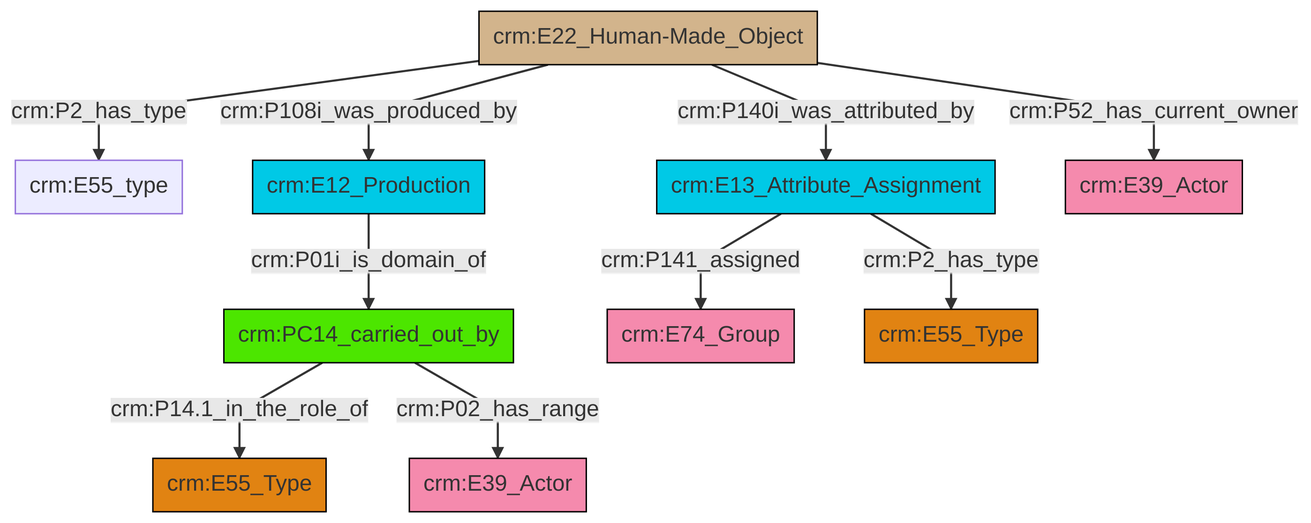
Before: et/builtWorkCSV/ttl/mmd/png/Built_Work_actor_relations.png, a diagram exported from Mermaid (swiss-art-research-net/docs.swissartresearch). Its source is kept beside it as et/builtWorkCSV/ttl/mmd/Built_Work_actor_relations.ttl.mmd.
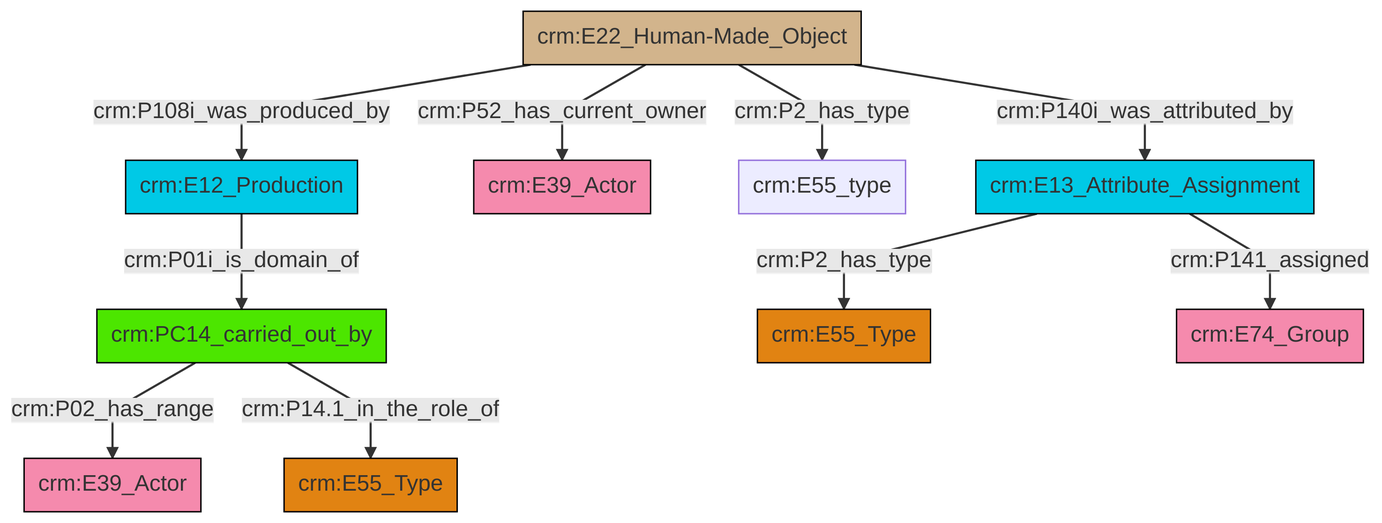
Above is the later version.

What changed in the source:
```diff
@@ -13,12 +13,12 @@
 classDef PC_Classes fill:#4ce600, stroke:#000000;
 classDef Multi fill:#cccccc,stroke:#000000;
 
-4["crm:PC14_carried_out_by"]:::PC_Classes -->|crm:P14.1_in_the_role_of| 5["crm:E55_Type"]:::Type
-6["crm:E22_Human-Made_Object"]:::Physical_Thing -->|crm:P2_has_type| 7["crm:E55_type"]:::Default
-6["crm:E22_Human-Made_Object"]:::Physical_Thing -->|crm:P108i_was_produced_by| 2["crm:E12_Production"]:::Temporal_Entity
-6["crm:E22_Human-Made_Object"]:::Physical_Thing -->|crm:P140i_was_attributed_by| 8["crm:E13_Attribute_Assignment"]:::Temporal_Entity
-4["crm:PC14_carried_out_by"]:::PC_Classes -->|crm:P02_has_range| 11["crm:E39_Actor"]:::Actor
-6["crm:E22_Human-Made_Object"]:::Physical_Thing -->|crm:P52_has_current_owner| 13["crm:E39_Actor"]:::Actor
-8["crm:E13_Attribute_Assignment"]:::Temporal_Entity -->|crm:P141_assigned| 14["crm:E74_Group"]:::Actor
-8["crm:E13_Attribute_Assignment"]:::Temporal_Entity -->|crm:P2_has_type| 0["crm:E55_Type"]:::Type
-2["crm:E12_Production"]:::Temporal_Entity -->|crm:P01i_is_domain_of| 4["crm:PC14_carried_out_by"]:::PC_Classes
+0["crm:E22_Human-Made_Object"]:::Physical_Thing -->|crm:P140i_was_attributed_by| 1["crm:E13_Attribute_Assignment"]:::Temporal_Entity
+0["crm:E22_Human-Made_Object"]:::Physical_Thing -->|crm:P52_has_current_owner| 2["crm:E39_Actor"]:::Actor
+0["crm:E22_Human-Made_Object"]:::Physical_Thing -->|crm:P2_has_type| 4["crm:E55_type"]:::Default
+5["crm:E12_Production"]:::Temporal_Entity -->|crm:P01i_is_domain_of| 6["crm:PC14_carried_out_by"]:::PC_Classes
+6["crm:PC14_carried_out_by"]:::PC_Classes -->|crm:P02_has_range| 9["crm:E39_Actor"]:::Actor
+6["crm:PC14_carried_out_by"]:::PC_Classes -->|crm:P14.1_in_the_role_of| 7["crm:E55_Type"]:::Type
+1["crm:E13_Attribute_Assignment"]:::Temporal_Entity -->|crm:P141_assigned| 14["crm:E74_Group"]:::Actor
+1["crm:E13_Attribute_Assignment"]:::Temporal_Entity -->|crm:P2_has_type| 10["crm:E55_Type"]:::Type
+0["crm:E22_Human-Made_Object"]:::Physical_Thing -->|crm:P108i_was_produced_by| 5["crm:E12_Production"]:::Temporal_Entity
```
